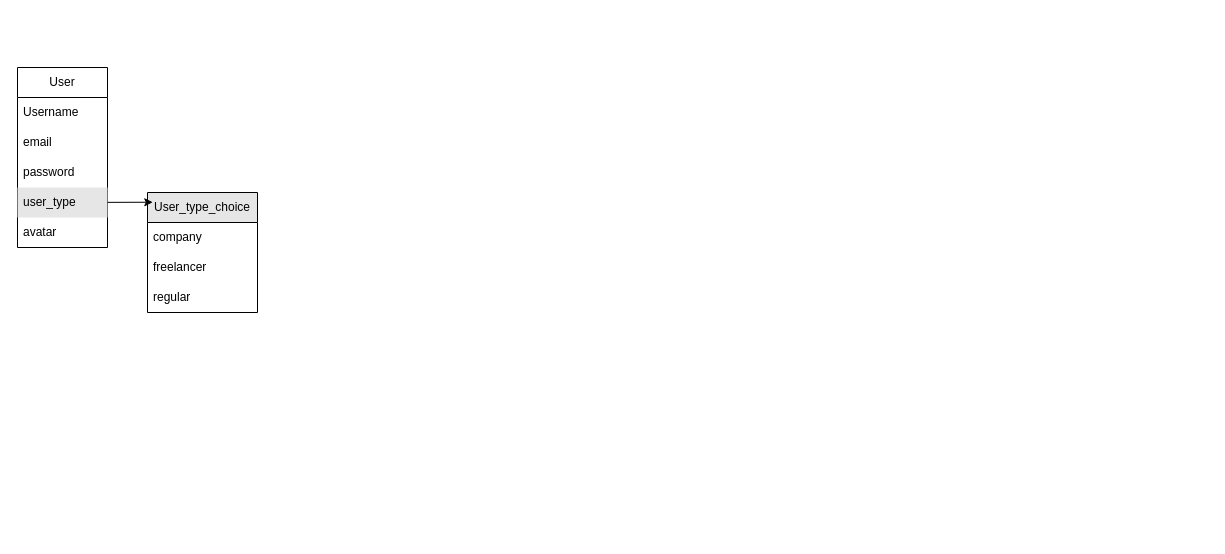
This is z_proto.drawio from I-AGBLE/estoket_pro, a draw.io file, before an edit. Source tidied: cells renumbered, new cells numbered last; positions are measured from the earlier drawing's top-left corner, leaving out a move shared by most shapes. Both pictures are drawn from the tidied source at 100%, with x=0, y=0 at pixel (17, 67).
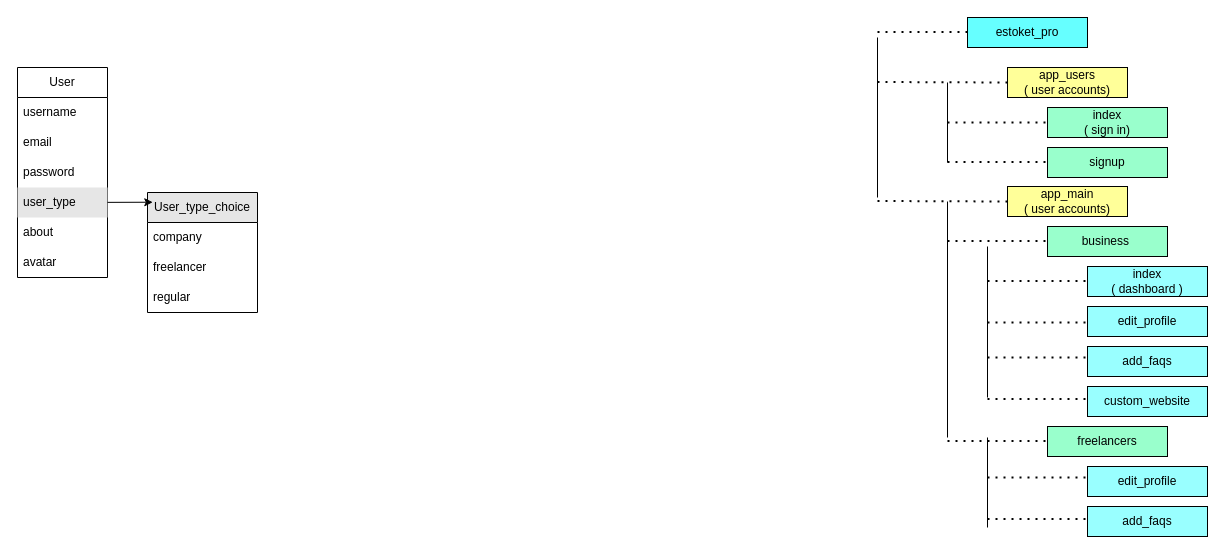
The same page after the edit.

Change to the diagram source:
```diff
@@
     <mxCell id="2" value="User" style="swimlane;fontStyle=0;horizontal=1;startSize=30;whiteSpace=wrap;html=1;" parent="1" vertex="1">
-      <mxGeometry width="90" height="180" as="geometry" />
+      <mxGeometry width="90" height="210" as="geometry" />
     </mxCell>
-    <mxCell id="3" value="Username" style="text;strokeColor=none;fillColor=none;align=left;verticalAlign=middle;spacingLeft=4;spacingRight=4;overflow=hidden;whiteSpace=wrap;html=1;" parent="2" vertex="1">
+    <mxCell id="3" value="username" style="text;strokeColor=none;fillColor=none;align=left;verticalAlign=middle;spacingLeft=4;spacingRight=4;overflow=hidden;whiteSpace=wrap;html=1;" parent="2" vertex="1">
       <mxGeometry y="30" width="90" height="30" as="geometry" />
     </mxCell>
@@
+    <mxCell id="13" value="about" style="text;strokeColor=none;fillColor=none;align=left;verticalAlign=middle;spacingLeft=4;spacingRight=4;overflow=hidden;whiteSpace=wrap;html=1;" parent="2" vertex="1">
+      <mxGeometry y="150" width="90" height="30" as="geometry" />
+    </mxCell>
     <mxCell id="7" value="avatar" style="text;strokeColor=none;fillColor=none;align=left;verticalAlign=middle;spacingLeft=4;spacingRight=4;overflow=hidden;whiteSpace=wrap;html=1;" parent="2" vertex="1">
-      <mxGeometry y="150" width="90" height="30" as="geometry" />
+      <mxGeometry y="180" width="90" height="30" as="geometry" />
     </mxCell>
@@
+    <mxCell id="14" value="estoket_pro" style="rounded=0;whiteSpace=wrap;html=1;fillColor=#66FFFF;" parent="1" vertex="1">
+      <mxGeometry x="950" y="-50" width="120" height="30" as="geometry" />
+    </mxCell>
+    <mxCell id="15" value="app_users&lt;div&gt;( user accounts)&lt;/div&gt;" style="rounded=0;whiteSpace=wrap;html=1;fillColor=#FFFF99;" parent="1" vertex="1">
+      <mxGeometry x="990" width="120" height="30" as="geometry" />
+    </mxCell>
+    <mxCell id="16" value="&lt;div&gt;&lt;span style=&quot;background-color: transparent;&quot;&gt;&lt;font color=&quot;#000000&quot;&gt;business&amp;nbsp;&lt;/font&gt;&lt;/span&gt;&lt;/div&gt;" style="rounded=0;whiteSpace=wrap;html=1;fillColor=#99FFCC;" parent="1" vertex="1">
+      <mxGeometry x="1030" y="159" width="120" height="30" as="geometry" />
+    </mxCell>
+    <mxCell id="17" value="&lt;div&gt;&lt;font color=&quot;#000000&quot;&gt;index&lt;/font&gt;&lt;/div&gt;&lt;div&gt;( sign in)&lt;/div&gt;" style="rounded=0;whiteSpace=wrap;html=1;fillColor=#99FFCC;" parent="1" vertex="1">
+      <mxGeometry x="1030" y="40" width="120" height="30" as="geometry" />
+    </mxCell>
+    <mxCell id="18" value="&lt;div&gt;&lt;font color=&quot;#000000&quot;&gt;signup&lt;/font&gt;&lt;/div&gt;" style="rounded=0;whiteSpace=wrap;html=1;fillColor=#99FFCC;" parent="1" vertex="1">
+      <mxGeometry x="1030" y="80" width="120" height="30" as="geometry" />
+    </mxCell>
+    <mxCell id="19" value="&lt;div&gt;&lt;font color=&quot;#000000&quot;&gt;app_main&lt;/font&gt;&lt;/div&gt;&lt;div&gt;( user accounts)&lt;/div&gt;" style="rounded=0;whiteSpace=wrap;html=1;fillColor=#FFFF99;" parent="1" vertex="1">
+      <mxGeometry x="990" y="119" width="120" height="30" as="geometry" />
+    </mxCell>
+    <mxCell id="20" value="&lt;div&gt;&lt;span style=&quot;background-color: transparent;&quot;&gt;&lt;font color=&quot;#000000&quot;&gt;freelancers&lt;/font&gt;&lt;/span&gt;&lt;/div&gt;" style="rounded=0;whiteSpace=wrap;html=1;fillColor=#99FFCC;" parent="1" vertex="1">
+      <mxGeometry x="1030" y="359" width="120" height="30" as="geometry" />
+    </mxCell>
+    <mxCell id="21" value="&lt;div&gt;&lt;span style=&quot;background-color: transparent;&quot;&gt;&lt;font color=&quot;#000000&quot;&gt;index&lt;/font&gt;&lt;/span&gt;&lt;/div&gt;&lt;div&gt;&lt;span style=&quot;background-color: transparent;&quot;&gt;&lt;font color=&quot;#000000&quot;&gt;( dashboard )&lt;/font&gt;&lt;/span&gt;&lt;/div&gt;" style="rounded=0;whiteSpace=wrap;html=1;fillColor=#99FFFF;" parent="1" vertex="1">
+      <mxGeometry x="1070" y="199" width="120" height="30" as="geometry" />
+    </mxCell>
+    <mxCell id="22" value="&lt;div&gt;&lt;span style=&quot;background-color: transparent;&quot;&gt;&lt;font color=&quot;#000000&quot;&gt;edit_profile&lt;/font&gt;&lt;/span&gt;&lt;/div&gt;" style="rounded=0;whiteSpace=wrap;html=1;fillColor=#99FFFF;" parent="1" vertex="1">
+      <mxGeometry x="1070" y="239" width="120" height="30" as="geometry" />
+    </mxCell>
+    <mxCell id="23" value="&lt;div&gt;&lt;span style=&quot;background-color: transparent;&quot;&gt;&lt;font color=&quot;#000000&quot;&gt;add_faqs&lt;/font&gt;&lt;/span&gt;&lt;/div&gt;" style="rounded=0;whiteSpace=wrap;html=1;fillColor=#99FFFF;" parent="1" vertex="1">
+      <mxGeometry x="1070" y="279" width="120" height="30" as="geometry" />
+    </mxCell>
+    <mxCell id="24" value="&lt;div&gt;&lt;span style=&quot;background-color: transparent;&quot;&gt;&lt;font color=&quot;#000000&quot;&gt;custom_website&lt;/font&gt;&lt;/span&gt;&lt;/div&gt;" style="rounded=0;whiteSpace=wrap;html=1;fillColor=#99FFFF;" parent="1" vertex="1">
+      <mxGeometry x="1070" y="319" width="120" height="30" as="geometry" />
+    </mxCell>
+    <mxCell id="25" value="&lt;div&gt;&lt;span style=&quot;background-color: transparent;&quot;&gt;&lt;font color=&quot;#000000&quot;&gt;edit_profile&lt;/font&gt;&lt;/span&gt;&lt;/div&gt;" style="rounded=0;whiteSpace=wrap;html=1;fillColor=#99FFFF;" parent="1" vertex="1">
+      <mxGeometry x="1070" y="399" width="120" height="30" as="geometry" />
+    </mxCell>
+    <mxCell id="26" value="&lt;div&gt;&lt;span style=&quot;background-color: transparent;&quot;&gt;&lt;font color=&quot;#000000&quot;&gt;add_faqs&lt;/font&gt;&lt;/span&gt;&lt;/div&gt;" style="rounded=0;whiteSpace=wrap;html=1;fillColor=#99FFFF;" parent="1" vertex="1">
+      <mxGeometry x="1070" y="439" width="120" height="30" as="geometry" />
+    </mxCell>
+    <mxCell id="27" style="endArrow=none;dashed=1;html=1;dashPattern=1 3;strokeWidth=2;" parent="1" edge="1">
+      <mxGeometry relative="1" as="geometry">
+        <mxPoint x="860" y="-35.5" as="sourcePoint" />
+        <mxPoint x="950" y="-35.5" as="targetPoint" />
+      </mxGeometry>
+    </mxCell>
+    <mxCell id="28" style="endArrow=none;dashed=1;html=1;dashPattern=1 3;strokeWidth=2;entryX=0;entryY=0.5;entryDx=0;entryDy=0;" parent="1" edge="1" target="15">
+      <mxGeometry relative="1" as="geometry">
+        <mxPoint x="860" y="14.5" as="sourcePoint" />
+      </mxGeometry>
+    </mxCell>
+    <mxCell id="29" style="endArrow=none;dashed=1;html=1;dashPattern=1 3;strokeWidth=2;entryX=0;entryY=0.5;entryDx=0;entryDy=0;" parent="1" edge="1">
+      <mxGeometry relative="1" as="geometry">
+        <mxPoint x="860" y="133.5" as="sourcePoint" />
+        <mxPoint x="990" y="134" as="targetPoint" />
+      </mxGeometry>
+    </mxCell>
+    <mxCell id="30" style="endArrow=none;dashed=1;html=1;dashPattern=1 3;strokeWidth=2;entryX=0;entryY=0.5;entryDx=0;entryDy=0;" parent="1" edge="1">
+      <mxGeometry relative="1" as="geometry">
+        <mxPoint x="930" y="55" as="sourcePoint" />
+        <mxPoint x="1030" y="55" as="targetPoint" />
+      </mxGeometry>
+    </mxCell>
+    <mxCell id="31" style="endArrow=none;dashed=1;html=1;dashPattern=1 3;strokeWidth=2;entryX=0;entryY=0.5;entryDx=0;entryDy=0;" parent="1" edge="1">
+      <mxGeometry relative="1" as="geometry">
+        <mxPoint x="930" y="94.5" as="sourcePoint" />
+        <mxPoint x="1030" y="94.5" as="targetPoint" />
+      </mxGeometry>
+    </mxCell>
+    <mxCell id="32" style="endArrow=none;dashed=1;html=1;dashPattern=1 3;strokeWidth=2;entryX=0;entryY=0.5;entryDx=0;entryDy=0;" parent="1" edge="1">
+      <mxGeometry relative="1" as="geometry">
+        <mxPoint x="930" y="173.5" as="sourcePoint" />
+        <mxPoint x="1030" y="173.5" as="targetPoint" />
+      </mxGeometry>
+    </mxCell>
+    <mxCell id="33" style="endArrow=none;dashed=1;html=1;dashPattern=1 3;strokeWidth=2;entryX=0;entryY=0.5;entryDx=0;entryDy=0;" parent="1" edge="1">
+      <mxGeometry relative="1" as="geometry">
+        <mxPoint x="930" y="373.5" as="sourcePoint" />
+        <mxPoint x="1030" y="373.5" as="targetPoint" />
+      </mxGeometry>
+    </mxCell>
+    <mxCell id="34" style="endArrow=none;dashed=1;html=1;dashPattern=1 3;strokeWidth=2;entryX=0;entryY=0.5;entryDx=0;entryDy=0;fillColor=#00FFFF;" parent="1" edge="1">
+      <mxGeometry relative="1" as="geometry">
+        <mxPoint x="970" y="213.5" as="sourcePoint" />
+        <mxPoint x="1070" y="213.5" as="targetPoint" />
+      </mxGeometry>
+    </mxCell>
+    <mxCell id="35" style="endArrow=none;dashed=1;html=1;dashPattern=1 3;strokeWidth=2;entryX=0;entryY=0.5;entryDx=0;entryDy=0;fillColor=#00FFFF;" parent="1" edge="1">
+      <mxGeometry relative="1" as="geometry">
+        <mxPoint x="970" y="255" as="sourcePoint" />
+        <mxPoint x="1070" y="255" as="targetPoint" />
+      </mxGeometry>
+    </mxCell>
+    <mxCell id="36" style="endArrow=none;dashed=1;html=1;dashPattern=1 3;strokeWidth=2;entryX=0;entryY=0.5;entryDx=0;entryDy=0;fillColor=#00FFFF;" parent="1" edge="1">
+      <mxGeometry relative="1" as="geometry">
+        <mxPoint x="970" y="331.5" as="sourcePoint" />
+        <mxPoint x="1070" y="331.5" as="targetPoint" />
+      </mxGeometry>
+    </mxCell>
+    <mxCell id="37" style="endArrow=none;dashed=1;html=1;dashPattern=1 3;strokeWidth=2;entryX=0;entryY=0.5;entryDx=0;entryDy=0;fillColor=#00FFFF;" parent="1" edge="1">
+      <mxGeometry relative="1" as="geometry">
+        <mxPoint x="970" y="290" as="sourcePoint" />
+        <mxPoint x="1070" y="290" as="targetPoint" />
+      </mxGeometry>
+    </mxCell>
+    <mxCell id="38" style="endArrow=none;dashed=1;html=1;dashPattern=1 3;strokeWidth=2;entryX=0;entryY=0.5;entryDx=0;entryDy=0;fillColor=#00FFFF;" parent="1" edge="1">
+      <mxGeometry relative="1" as="geometry">
+        <mxPoint x="970" y="410" as="sourcePoint" />
+        <mxPoint x="1070" y="410" as="targetPoint" />
+      </mxGeometry>
+    </mxCell>
+    <mxCell id="39" style="endArrow=none;dashed=1;html=1;dashPattern=1 3;strokeWidth=2;entryX=0;entryY=0.5;entryDx=0;entryDy=0;fillColor=#00FFFF;" parent="1" edge="1">
+      <mxGeometry relative="1" as="geometry">
+        <mxPoint x="970" y="451.5" as="sourcePoint" />
+        <mxPoint x="1070" y="451.5" as="targetPoint" />
+      </mxGeometry>
+    </mxCell>
+    <mxCell id="40" style="endArrow=none;html=1;" parent="1" edge="1">
+      <mxGeometry relative="1" as="geometry">
+        <mxPoint x="860" y="130" as="sourcePoint" />
+        <mxPoint x="860" y="-30" as="targetPoint" />
+      </mxGeometry>
+    </mxCell>
+    <mxCell id="41" style="endArrow=none;html=1;" parent="1" edge="1">
+      <mxGeometry relative="1" as="geometry">
+        <mxPoint x="930" y="95" as="sourcePoint" />
+        <mxPoint x="930" y="15" as="targetPoint" />
+      </mxGeometry>
+    </mxCell>
+    <mxCell id="42" style="endArrow=none;html=1;" parent="1" edge="1">
+      <mxGeometry relative="1" as="geometry">
+        <mxPoint x="930" y="370" as="sourcePoint" />
+        <mxPoint x="930" y="134" as="targetPoint" />
+      </mxGeometry>
+    </mxCell>
+    <mxCell id="43" style="endArrow=none;html=1;" parent="1" edge="1">
+      <mxGeometry relative="1" as="geometry">
+        <mxPoint x="970" y="460" as="sourcePoint" />
+        <mxPoint x="970" y="370" as="targetPoint" />
+      </mxGeometry>
+    </mxCell>
+    <mxCell id="44" style="endArrow=none;html=1;" parent="1" edge="1">
+      <mxGeometry relative="1" as="geometry">
+        <mxPoint x="970" y="330" as="sourcePoint" />
+        <mxPoint x="970" y="179" as="targetPoint" />
+      </mxGeometry>
+    </mxCell>
```
